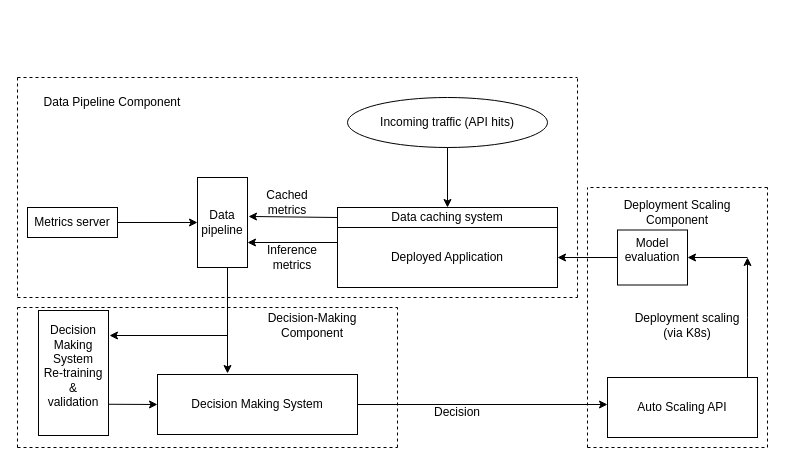
Before: intelligent_autoscaling_HLD.drawio in purduecyan/media, a draw.io diagram. Source tidied: cells renumbered, new cells numbered last; positions are measured from the earlier drawing's top-left corner, leaving out a move shared by most shapes. Both pictures are drawn from the tidied source at 100%, with x=0, y=0 at pixel (17, 77).
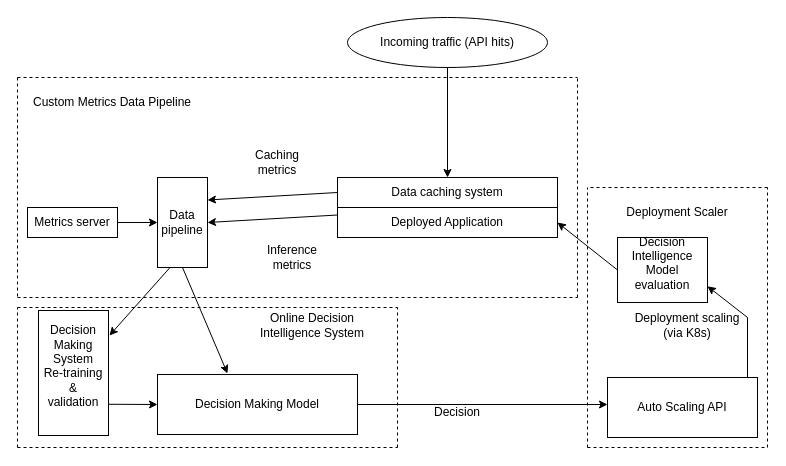
Above is the later version.

Unchanged cells that the change refers to:
```xml
<mxCell id="18" value="&lt;div&gt;Decision Making System&lt;br&gt;&lt;/div&gt;&lt;div&gt;Re-training&lt;/div&gt;&lt;div&gt;&amp;amp;&lt;/div&gt;&lt;div&gt;validation &lt;br&gt;&lt;/div&gt;&lt;div&gt;&lt;br&gt;&lt;/div&gt;" style="rounded=0;whiteSpace=wrap;html=1;" parent="1" vertex="1">
  <mxGeometry x="21" y="233" width="70" height="125" as="geometry" />
</mxCell>
```

Change to the diagram source:
```diff
@@
-    <mxCell id="2" value="Decision Making System" style="rounded=0;whiteSpace=wrap;html=1;" parent="1" vertex="1">
+    <mxCell id="2" value="Decision Making Model" style="rounded=0;whiteSpace=wrap;html=1;" parent="1" vertex="1">
       <mxGeometry x="140" y="297" width="200" height="60" as="geometry" />
     </mxCell>
     <mxCell id="3" value="Deployed Application" style="rounded=0;whiteSpace=wrap;html=1;" parent="1" vertex="1">
-      <mxGeometry x="320" y="150" width="220" height="60" as="geometry" />
+      <mxGeometry x="320" y="130" width="220" height="30" as="geometry" />
     </mxCell>
@@
     <mxCell id="5" value="Incoming traffic (API hits)" style="ellipse;whiteSpace=wrap;html=1;" parent="1" vertex="1">
-      <mxGeometry x="330" y="20" width="200" height="50" as="geometry" />
+      <mxGeometry x="330" y="-60" width="200" height="50" as="geometry" />
     </mxCell>
     <mxCell id="6" value="Data caching system" style="rounded=0;whiteSpace=wrap;html=1;" parent="1" vertex="1">
-      <mxGeometry x="320" y="130" width="220" height="20" as="geometry" />
+      <mxGeometry x="320" y="100" width="220" height="30" as="geometry" />
     </mxCell>
-    <mxCell id="7" style="endArrow=classic;html=1;rounded=0;exitX=0;exitY=0.5;exitDx=0;exitDy=0;entryX=1.02;entryY=0.433;entryDx=0;entryDy=0;entryPerimeter=0;" parent="1" edge="1" source="6" target="23">
+    <mxCell id="7" style="endArrow=classic;html=1;rounded=0;exitX=0;exitY=0.5;exitDx=0;exitDy=0;entryX=1;entryY=0.25;entryDx=0;entryDy=0;" parent="1" edge="1" source="6" target="23">
       <mxGeometry relative="1" as="geometry" />
     </mxCell>
-    <mxCell id="8" style="endArrow=classic;html=1;rounded=0;startArrow=none;entryX=0.35;entryY=-0.017;entryDx=0;entryDy=0;entryPerimeter=0;" parent="1" edge="1" target="2">
-      <mxGeometry relative="1" as="geometry">
-        <mxPoint x="210" y="190" as="sourcePoint" />
-      </mxGeometry>
+    <mxCell id="8" style="endArrow=classic;html=1;rounded=0;startArrow=none;entryX=0.35;entryY=-0.017;entryDx=0;entryDy=0;entryPerimeter=0;exitX=0.5;exitY=1;exitDx=0;exitDy=0;" parent="1" edge="1" source="23" target="2">
+      <mxGeometry relative="1" as="geometry" />
     </mxCell>
@@
-    <mxCell id="10" value="Cached metrics" style="text;html=1;strokeColor=none;fillColor=none;align=center;verticalAlign=middle;whiteSpace=wrap;rounded=0;" parent="1" vertex="1">
-      <mxGeometry x="240" y="110" width="60" height="30" as="geometry" />
+    <mxCell id="10" value="Caching metrics" style="text;html=1;strokeColor=none;fillColor=none;align=center;verticalAlign=middle;whiteSpace=wrap;rounded=0;" parent="1" vertex="1">
+      <mxGeometry x="230" y="70" width="60" height="30" as="geometry" />
     </mxCell>
@@
-    <mxCell id="13" style="endArrow=classic;html=1;rounded=0;" parent="1" edge="1">
+    <mxCell id="13" style="endArrow=classic;html=1;rounded=0;entryX=1;entryY=0.75;entryDx=0;entryDy=0;" parent="1" edge="1" target="16">
       <mxGeometry relative="1" as="geometry">
         <mxPoint x="730" y="300" as="sourcePoint" />
-        <mxPoint x="730" y="180" as="targetPoint" />
         <Array as="points">
           <mxPoint x="730" y="240" />
         </Array>
       </mxGeometry>
     </mxCell>
-    <mxCell id="14" style="endArrow=classic;html=1;rounded=0;entryX=1;entryY=0.5;entryDx=0;entryDy=0;" parent="1" edge="1" target="16">
-      <mxGeometry relative="1" as="geometry">
-        <mxPoint x="730" y="180" as="sourcePoint" />
-      </mxGeometry>
-    </mxCell>
@@
-    <mxCell id="16" value="&lt;div&gt;Model evaluation&lt;/div&gt;&lt;div&gt;&lt;br&gt;&lt;/div&gt;" style="rounded=0;whiteSpace=wrap;html=1;" parent="1" vertex="1">
-      <mxGeometry x="600" y="152.5" width="70" height="55" as="geometry" />
+    <mxCell id="16" value="&lt;div&gt;Decision Intelligence Model evaluation&lt;/div&gt;&lt;div&gt;&lt;br&gt;&lt;/div&gt;" style="rounded=0;whiteSpace=wrap;html=1;" parent="1" vertex="1">
+      <mxGeometry x="600" y="160" width="90" height="65" as="geometry" />
     </mxCell>
@@
     <mxCell id="23" value="&lt;div&gt;Data&lt;/div&gt;&lt;div&gt;pipeline&lt;br&gt;&lt;/div&gt;" style="rounded=0;whiteSpace=wrap;html=1;" parent="1" vertex="1">
-      <mxGeometry x="180" y="100" width="50" height="90" as="geometry" />
+      <mxGeometry x="140" y="100" width="50" height="90" as="geometry" />
     </mxCell>
-    <mxCell id="24" style="endArrow=classic;html=1;rounded=0;exitX=0;exitY=0.25;exitDx=0;exitDy=0;" parent="1" edge="1" source="3">
-      <mxGeometry relative="1" as="geometry">
-        <mxPoint x="230" y="165" as="targetPoint" />
-      </mxGeometry>
+    <mxCell id="24" style="endArrow=classic;html=1;rounded=0;exitX=0;exitY=0.25;exitDx=0;exitDy=0;entryX=1;entryY=0.5;entryDx=0;entryDy=0;" parent="1" edge="1" source="3" target="23">
+      <mxGeometry relative="1" as="geometry" />
     </mxCell>
-    <mxCell id="25" style="endArrow=classic;html=1;rounded=0;entryX=1.014;entryY=0.2;entryDx=0;entryDy=0;entryPerimeter=0;" parent="1" edge="1" target="18">
-      <mxGeometry relative="1" as="geometry">
-        <mxPoint x="210" y="258" as="sourcePoint" />
-      </mxGeometry>
+    <mxCell id="25" style="endArrow=classic;html=1;rounded=0;entryX=1.014;entryY=0.2;entryDx=0;entryDy=0;entryPerimeter=0;exitX=0.25;exitY=1;exitDx=0;exitDy=0;" parent="1" edge="1" source="23" target="18">
+      <mxGeometry relative="1" as="geometry" />
     </mxCell>
@@
-    <mxCell id="38" value="Data Pipeline Component" style="text;html=1;strokeColor=none;fillColor=none;align=center;verticalAlign=middle;whiteSpace=wrap;rounded=0;" parent="1" vertex="1">
+    <mxCell id="38" value="Custom Metrics Data Pipeline" style="text;html=1;strokeColor=none;fillColor=none;align=center;verticalAlign=middle;whiteSpace=wrap;rounded=0;" parent="1" vertex="1">
       <mxGeometry x="10" y="10" width="170" height="30" as="geometry" />
     </mxCell>
-    <mxCell id="39" value="Decision-Making Component" style="text;html=1;strokeColor=none;fillColor=none;align=center;verticalAlign=middle;whiteSpace=wrap;rounded=0;" parent="1" vertex="1">
+    <mxCell id="39" value="Online Decision Intelligence System" style="text;html=1;strokeColor=none;fillColor=none;align=center;verticalAlign=middle;whiteSpace=wrap;rounded=0;" parent="1" vertex="1">
       <mxGeometry x="220" y="233" width="150" height="30" as="geometry" />
     </mxCell>
-    <mxCell id="40" value="&lt;div&gt;Deployment Scaling&lt;/div&gt;&lt;div&gt;Component&lt;br&gt;&lt;/div&gt;" style="text;html=1;strokeColor=none;fillColor=none;align=center;verticalAlign=middle;whiteSpace=wrap;rounded=0;" parent="1" vertex="1">
+    <mxCell id="40" value="&lt;div&gt;Deployment Scaler&lt;/div&gt;" style="text;html=1;strokeColor=none;fillColor=none;align=center;verticalAlign=middle;whiteSpace=wrap;rounded=0;" parent="1" vertex="1">
       <mxGeometry x="600" y="120" width="120" height="30" as="geometry" />
     </mxCell>
```
